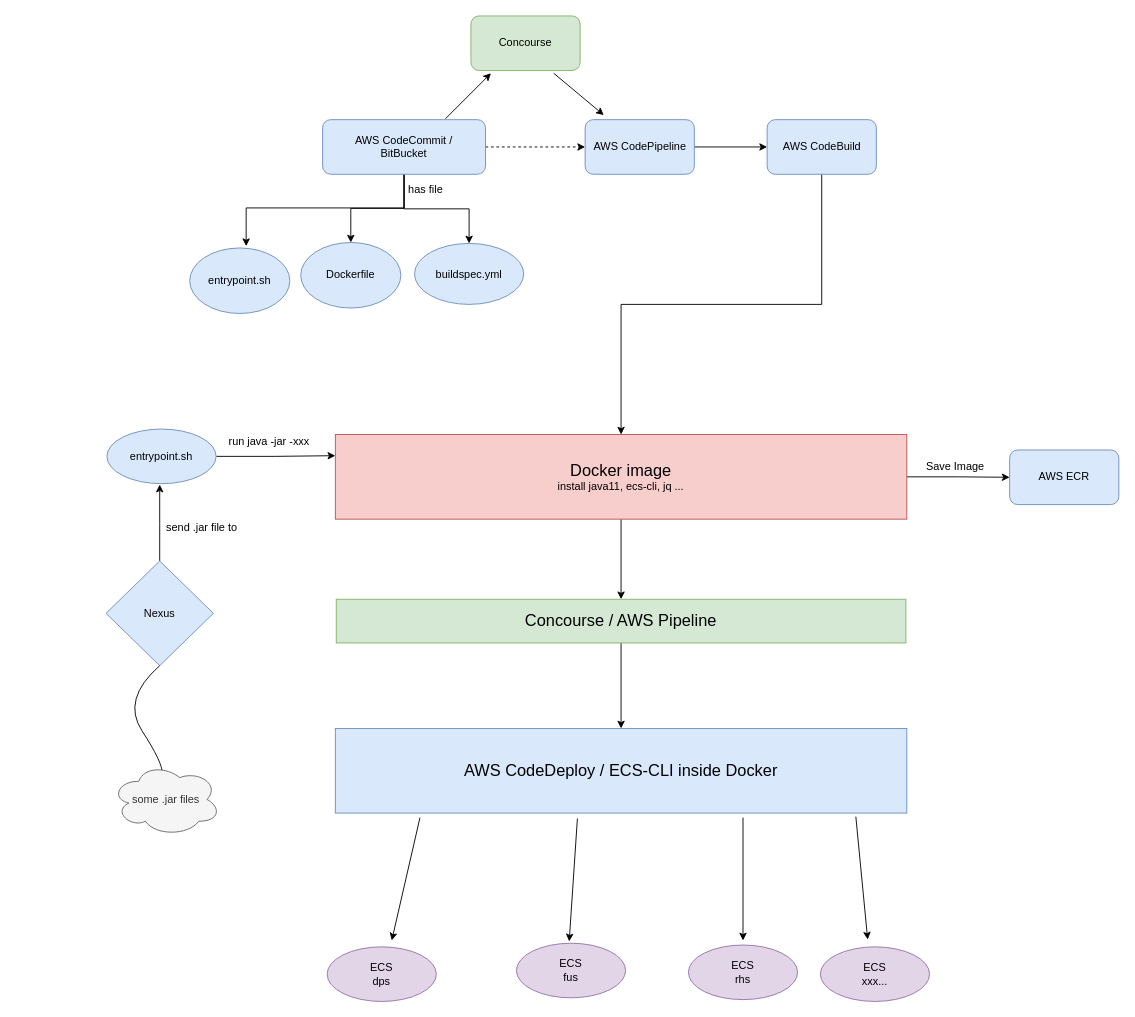
94yifanwu/draw keeps this draw.io diagram as Untitled Diagram.drawio. Above is the earlier version. Source tidied: cells renumbered, new cells numbered last; positions are measured from the earlier drawing's top-left corner, leaving out a move shared by most shapes. Both pictures are drawn from the tidied source at 91%, with x=0, y=0 at pixel (106, 15).
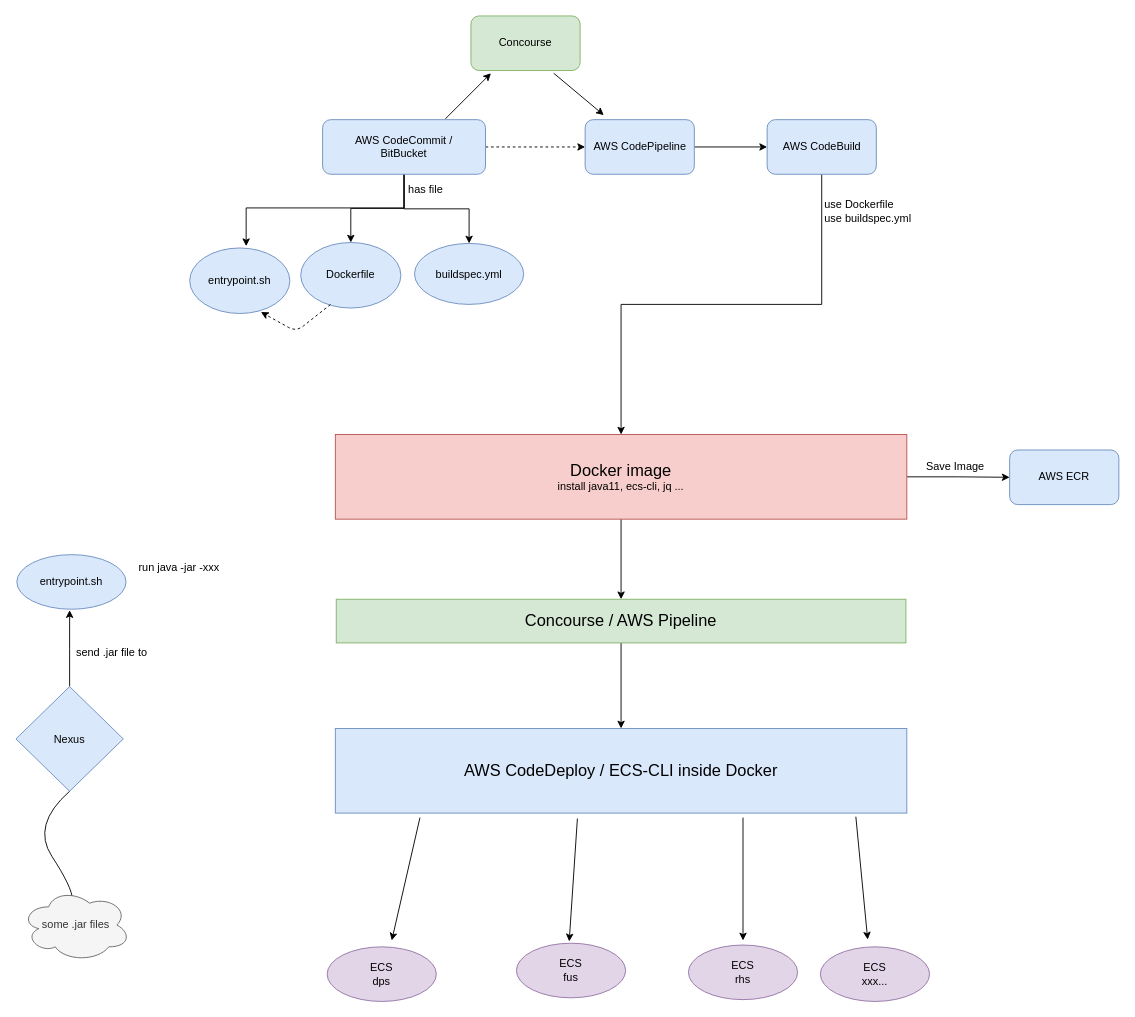
Above is the later version.

Unchanged cells that the change refers to:
```xml
<mxCell id="4" value="&lt;font style=&quot;font-size: 18px&quot;&gt;Docker image&lt;br&gt;&lt;/font&gt;install java11, ecs-cli, jq ..." style="rounded=0;whiteSpace=wrap;html=1;fillColor=#f8cecc;strokeColor=#b85450;" parent="1" vertex="1">
  <mxGeometry x="252" y="460" width="628" height="93" as="geometry" />
</mxCell>
<mxCell id="16" value="Dockerfile" style="ellipse;whiteSpace=wrap;html=1;rounded=1;strokeColor=#6c8ebf;fillColor=#dae8fc;" parent="1" vertex="1">
  <mxGeometry x="214" y="249" width="110" height="72" as="geometry" />
</mxCell>
<mxCell id="35" value="entrypoint.sh" style="ellipse;whiteSpace=wrap;html=1;rounded=1;strokeColor=#6c8ebf;fillColor=#dae8fc;" parent="1" vertex="1">
  <mxGeometry x="92" y="255" width="110" height="72" as="geometry" />
</mxCell>
```

The edit, as a diff of the source:
```diff
@@
     <mxCell id="9" style="edgeStyle=orthogonalEdgeStyle;rounded=0;jettySize=auto;html=1;" parent="1" edge="1" source="10">
       <mxGeometry relative="1" as="geometry">
-        <mxPoint x="59" y="515" as="targetPoint" />
+        <mxPoint x="-40" y="653" as="targetPoint" />
       </mxGeometry>
     </mxCell>
     <mxCell id="10" value="Nexus" style="rhombus;whiteSpace=wrap;html=1;fillColor=#dae8fc;strokeColor=#6c8ebf;" parent="1" vertex="1">
-      <mxGeometry y="599" width="118" height="115" as="geometry" />
+      <mxGeometry x="-99" y="737" width="118" height="115" as="geometry" />
     </mxCell>
@@
-    <mxCell id="19" style="edgeStyle=orthogonalEdgeStyle;rounded=0;jettySize=auto;html=1;entryX=0;entryY=0.25;entryDx=0;entryDy=0;" parent="1" edge="1" source="20" target="4">
-      <mxGeometry relative="1" as="geometry" />
-    </mxCell>
     <mxCell id="20" value="entrypoint.sh" style="ellipse;whiteSpace=wrap;html=1;rounded=1;strokeColor=#6c8ebf;fillColor=#dae8fc;" parent="1" vertex="1">
-      <mxGeometry x="1" y="454" width="120" height="60" as="geometry" />
+      <mxGeometry x="-98" y="592" width="120" height="60" as="geometry" />
     </mxCell>
     <mxCell id="21" value="run java -jar -xxx" style="text;html=1;align=center;verticalAlign=middle;strokeColor=none;fillColor=none;" parent="1" vertex="1">
-      <mxGeometry x="129" y="459" width="99" height="18" as="geometry" />
+      <mxGeometry x="30" y="597" width="99" height="18" as="geometry" />
     </mxCell>
     <mxCell id="22" value="send .jar file to" style="text;html=1;align=center;verticalAlign=middle;strokeColor=none;fillColor=none;" parent="1" vertex="1">
-      <mxGeometry x="61" y="553" width="88" height="18" as="geometry" />
+      <mxGeometry x="-38" y="691" width="88" height="18" as="geometry" />
     </mxCell>
     <mxCell id="23" style="curved=1;endArrow=classic;html=1;exitX=0.5;exitY=1;exitDx=0;exitDy=0;" parent="1" edge="1" source="10">
       <mxGeometry relative="1" as="geometry">
-        <mxPoint x="62" y="839" as="targetPoint" />
+        <mxPoint x="-37" y="977" as="targetPoint" />
         <Array as="points">
-          <mxPoint x="17" y="751" />
-          <mxPoint x="62" y="820" />
+          <mxPoint x="-82" y="889" />
+          <mxPoint x="-37" y="958" />
         </Array>
       </mxGeometry>
     </mxCell>
     <mxCell id="24" value="some .jar files" style="ellipse;shape=cloud;whiteSpace=wrap;html=1;fillColor=#f5f5f5;strokeColor=#666666;fontColor=#333333;" parent="1" vertex="1">
-      <mxGeometry x="6" y="821" width="120" height="80" as="geometry" />
+      <mxGeometry x="-93" y="959" width="120" height="80" as="geometry" />
     </mxCell>
@@
+    <mxCell id="42" value="&lt;div style=&quot;text-align: left&quot;&gt;&lt;span&gt;use Dockerfile&lt;/span&gt;&lt;/div&gt;&lt;div style=&quot;text-align: left&quot;&gt;&lt;span&gt;use buildspec.yml&lt;/span&gt;&lt;/div&gt;" style="text;html=1;align=center;verticalAlign=middle;strokeColor=none;fillColor=none;" parent="1" vertex="1">
+      <mxGeometry x="784" y="199" width="105" height="32" as="geometry" />
+    </mxCell>
+    <mxCell id="43" style="endArrow=classic;html=1;exitX=0.297;exitY=0.946;exitDx=0;exitDy=0;exitPerimeter=0;entryX=0.711;entryY=0.977;entryDx=0;entryDy=0;entryPerimeter=0;dashed=1;" parent="1" edge="1" source="16" target="35">
+      <mxGeometry relative="1" as="geometry">
+        <Array as="points">
+          <mxPoint x="209" y="347" />
+        </Array>
+      </mxGeometry>
+    </mxCell>
```
